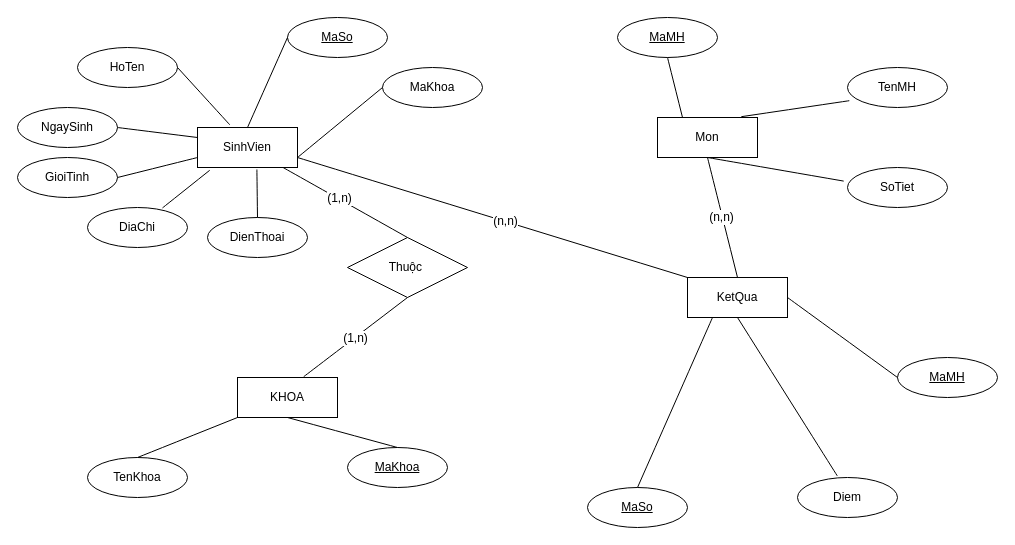
Andptrai/Workspaces keeps this draw.io diagram as quanniem.drawio. Above is the earlier version. Source tidied: cells renumbered, new cells numbered last; positions are measured from the earlier drawing's top-left corner, leaving out a move shared by most shapes. Both pictures are drawn from the tidied source at 100%, with x=0, y=0 at pixel (17, 17).
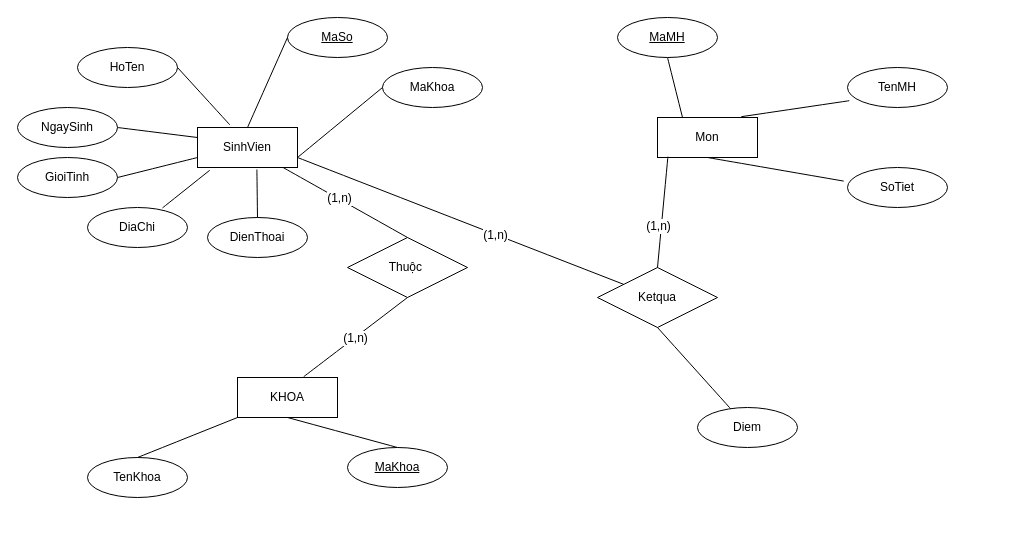
Above is the later version.

The change refers to these unchanged cells:
```xml
<mxCell id="2" value="SinhVien" style="whiteSpace=wrap;html=1;align=center;" parent="1" vertex="1">
  <mxGeometry x="180" y="110" width="100" height="40" as="geometry" />
</mxCell>
<mxCell id="10" value="Mon" style="whiteSpace=wrap;html=1;align=center;" parent="1" vertex="1">
  <mxGeometry x="640" y="100" width="100" height="40" as="geometry" />
</mxCell>
```

Diff of the diagram source:
```diff
@@
-    <mxCell id="17" value="KetQua" style="whiteSpace=wrap;html=1;align=center;" parent="1" vertex="1">
-      <mxGeometry x="670" y="260" width="100" height="40" as="geometry" />
-    </mxCell>
-    <mxCell id="18" value="MaSo" style="ellipse;whiteSpace=wrap;html=1;align=center;fontStyle=4;" parent="1" vertex="1">
-      <mxGeometry x="570" y="470" width="100" height="40" as="geometry" />
-    </mxCell>
-    <mxCell id="19" value="MaMH" style="ellipse;whiteSpace=wrap;html=1;align=center;fontStyle=4;" parent="1" vertex="1">
-      <mxGeometry x="880" y="340" width="100" height="40" as="geometry" />
-    </mxCell>
-    <mxCell id="20" value="Diem" style="ellipse;whiteSpace=wrap;html=1;align=center;" parent="1" vertex="1">
-      <mxGeometry x="780" y="460" width="100" height="40" as="geometry" />
-    </mxCell>
@@
-    <mxCell id="31" style="endArrow=none;html=1;rounded=0;fontSize=12;startSize=8;endSize=8;curved=1;entryX=0.5;entryY=0;entryDx=0;entryDy=0;exitX=0.25;exitY=1;exitDx=0;exitDy=0;" parent="1" edge="1" source="17" target="18">
-      <mxGeometry relative="1" as="geometry" />
-    </mxCell>
-    <mxCell id="32" style="endArrow=none;html=1;rounded=0;fontSize=12;startSize=8;endSize=8;curved=1;exitX=1;exitY=0.5;exitDx=0;exitDy=0;entryX=0;entryY=0.5;entryDx=0;entryDy=0;" parent="1" edge="1" source="17" target="19">
-      <mxGeometry relative="1" as="geometry" />
-    </mxCell>
-    <mxCell id="33" style="endArrow=none;html=1;rounded=0;fontSize=12;startSize=8;endSize=8;curved=1;entryX=0.5;entryY=1;entryDx=0;entryDy=0;exitX=0.398;exitY=-0.04;exitDx=0;exitDy=0;exitPerimeter=0;" parent="1" edge="1" source="20" target="17">
-      <mxGeometry relative="1" as="geometry" />
-    </mxCell>
@@
-    <mxCell id="41" style="endArrow=none;html=1;rounded=0;fontSize=12;startSize=8;endSize=8;curved=1;exitX=1;exitY=0.75;exitDx=0;exitDy=0;entryX=0;entryY=0;entryDx=0;entryDy=0;" parent="1" edge="1" source="2" target="17">
+    <mxCell id="41" style="endArrow=none;html=1;rounded=0;fontSize=12;startSize=8;endSize=8;curved=1;exitX=1;exitY=0.75;exitDx=0;exitDy=0;" parent="1" edge="1" source="2" target="46">
       <mxGeometry relative="1" as="geometry" />
     </mxCell>
-    <mxCell id="42" value="(n,n)" style="edgeLabel;html=1;align=center;verticalAlign=middle;fontSize=12;" parent="41" vertex="1">
-      <mxGeometry x="0.07" y="1" relative="1" as="geometry">
-        <mxPoint x="-1" as="offset" />
-      </mxGeometry>
-    </mxCell>
-    <mxCell id="43" style="endArrow=none;html=1;rounded=0;fontSize=12;startSize=8;endSize=8;curved=1;exitX=0.5;exitY=1;exitDx=0;exitDy=0;entryX=0.5;entryY=0;entryDx=0;entryDy=0;" parent="1" edge="1" source="10" target="17">
-      <mxGeometry relative="1" as="geometry" />
-    </mxCell>
-    <mxCell id="44" value="(n,n)" style="edgeLabel;html=1;align=center;verticalAlign=middle;fontSize=12;" parent="43" vertex="1">
-      <mxGeometry x="-0.02" y="-1" relative="1" as="geometry" />
-    </mxCell>
+    <mxCell id="45" value="(1,n)" style="edgeLabel;html=1;align=center;verticalAlign=middle;fontSize=12;" parent="41" vertex="1">
+      <mxGeometry x="0.21" relative="1" as="geometry">
+        <mxPoint y="1" as="offset" />
+      </mxGeometry>
+    </mxCell>
+    <mxCell id="46" value="Ketqua" style="shape=rhombus;perimeter=rhombusPerimeter;whiteSpace=wrap;html=1;align=center;" parent="1" vertex="1">
+      <mxGeometry x="580" y="250" width="120" height="60" as="geometry" />
+    </mxCell>
+    <mxCell id="47" style="endArrow=none;html=1;rounded=0;fontSize=12;startSize=8;endSize=8;curved=1;exitX=0.104;exitY=0.98;exitDx=0;exitDy=0;exitPerimeter=0;entryX=0.5;entryY=0;entryDx=0;entryDy=0;" parent="1" edge="1" source="10" target="46">
+      <mxGeometry relative="1" as="geometry" />
+    </mxCell>
+    <mxCell id="48" value="(1,n)" style="edgeLabel;html=1;align=center;verticalAlign=middle;fontSize=12;" parent="47" vertex="1">
+      <mxGeometry x="0.25" y="-3" relative="1" as="geometry" />
+    </mxCell>
+    <mxCell id="20" value="Diem" style="ellipse;whiteSpace=wrap;html=1;align=center;" parent="1" vertex="1">
+      <mxGeometry x="680" y="390" width="100" height="40" as="geometry" />
+    </mxCell>
+    <mxCell id="49" style="endArrow=none;html=1;rounded=0;fontSize=12;startSize=8;endSize=8;curved=1;entryX=0.5;entryY=1;entryDx=0;entryDy=0;" parent="1" edge="1" source="20" target="46">
+      <mxGeometry relative="1" as="geometry" />
+    </mxCell>
```
